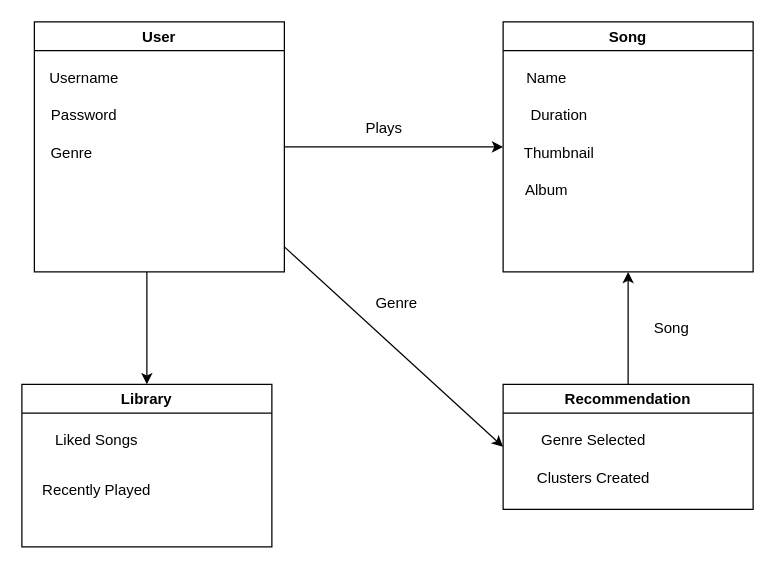
Before: ER Diagram.drawio in nabinkatwal7/music-recommendation, a draw.io diagram. Source tidied: cells renumbered, new cells numbered last; positions are measured from the earlier drawing's top-left corner, leaving out a move shared by most shapes. Both pictures are drawn from the tidied source at 125%, with x=0, y=0 at pixel (21, 21).
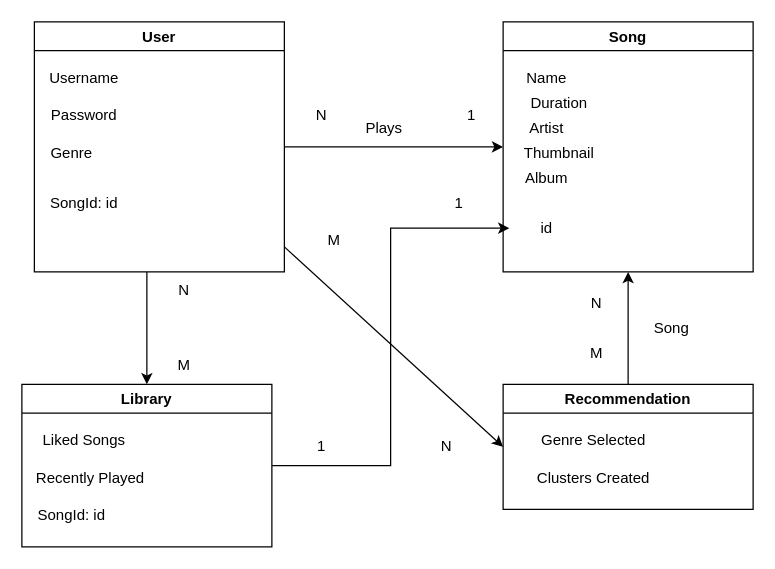
Above is the later version.

Unchanged cells that the change refers to:
```xml
<mxCell id="2" value="User" style="swimlane;" parent="1" vertex="1">
  <mxGeometry x="10" width="200" height="200" as="geometry" />
</mxCell>
<mxCell id="6" value="Song " style="swimlane;" parent="1" vertex="1">
  <mxGeometry x="385" width="200" height="200" as="geometry" />
</mxCell>
<mxCell id="11" value="Library" style="swimlane;startSize=23;" parent="1" vertex="1">
  <mxGeometry y="290" width="200" height="130" as="geometry" />
</mxCell>
```

Change to the diagram source:
```diff
@@
+    <mxCell id="24" value="SongId: id" style="text;html=1;strokeColor=none;fillColor=none;align=center;verticalAlign=middle;whiteSpace=wrap;rounded=0;" parent="2" vertex="1">
+      <mxGeometry x="10" y="130" width="60" height="30" as="geometry" />
+    </mxCell>
@@
     <mxCell id="8" value="Duration" style="text;html=1;strokeColor=none;fillColor=none;align=center;verticalAlign=middle;whiteSpace=wrap;rounded=0;" parent="6" vertex="1">
-      <mxGeometry x="15" y="60" width="60" height="30" as="geometry" />
+      <mxGeometry x="15" y="50" width="60" height="30" as="geometry" />
     </mxCell>
@@
     <mxCell id="10" value="Album" style="text;html=1;strokeColor=none;fillColor=none;align=center;verticalAlign=middle;whiteSpace=wrap;rounded=0;" parent="6" vertex="1">
-      <mxGeometry x="5" y="120" width="60" height="30" as="geometry" />
+      <mxGeometry x="5" y="110" width="60" height="30" as="geometry" />
     </mxCell>
+    <mxCell id="25" value="id" style="text;html=1;strokeColor=none;fillColor=none;align=center;verticalAlign=middle;whiteSpace=wrap;rounded=0;" parent="6" vertex="1">
+      <mxGeometry x="5" y="150" width="60" height="30" as="geometry" />
+    </mxCell>
+    <mxCell id="26" value="Artist" style="text;html=1;strokeColor=none;fillColor=none;align=center;verticalAlign=middle;whiteSpace=wrap;rounded=0;" parent="6" vertex="1">
+      <mxGeometry x="5" y="70" width="60" height="30" as="geometry" />
+    </mxCell>
+    <mxCell id="27" style="edgeStyle=orthogonalEdgeStyle;rounded=0;jettySize=auto;html=1;exitX=1;exitY=0.5;exitDx=0;exitDy=0;entryX=0;entryY=0.5;entryDx=0;entryDy=0;" parent="1" edge="1" source="11" target="25">
+      <mxGeometry relative="1" as="geometry" />
+    </mxCell>
@@
     <mxCell id="12" value="Liked Songs" style="text;html=1;strokeColor=none;fillColor=none;align=center;verticalAlign=middle;whiteSpace=wrap;rounded=0;" parent="11" vertex="1">
-      <mxGeometry x="10" y="30" width="100" height="30" as="geometry" />
+      <mxGeometry y="30" width="100" height="30" as="geometry" />
     </mxCell>
     <mxCell id="13" value="Recently Played" style="text;html=1;strokeColor=none;fillColor=none;align=center;verticalAlign=middle;whiteSpace=wrap;rounded=0;" parent="11" vertex="1">
-      <mxGeometry x="15" y="70" width="90" height="30" as="geometry" />
+      <mxGeometry x="10" y="60" width="90" height="30" as="geometry" />
     </mxCell>
+    <mxCell id="28" value="SongId: id" style="text;html=1;strokeColor=none;fillColor=none;align=center;verticalAlign=middle;whiteSpace=wrap;rounded=0;" parent="11" vertex="1">
+      <mxGeometry x="10" y="90" width="60" height="30" as="geometry" />
+    </mxCell>
@@
-    <mxCell id="22" value="Genre" style="text;html=1;strokeColor=none;fillColor=none;align=center;verticalAlign=middle;whiteSpace=wrap;rounded=0;" parent="1" vertex="1">
-      <mxGeometry x="270" y="210" width="60" height="30" as="geometry" />
-    </mxCell>
@@
+    <mxCell id="29" value="N" style="text;html=1;strokeColor=none;fillColor=none;align=center;verticalAlign=middle;whiteSpace=wrap;rounded=0;" parent="1" vertex="1">
+      <mxGeometry x="110" y="210" width="40" height="10" as="geometry" />
+    </mxCell>
+    <mxCell id="30" value="M" style="text;html=1;strokeColor=none;fillColor=none;align=center;verticalAlign=middle;whiteSpace=wrap;rounded=0;" parent="1" vertex="1">
+      <mxGeometry x="110" y="270" width="40" height="10" as="geometry" />
+    </mxCell>
+    <mxCell id="31" value="1" style="text;html=1;strokeColor=none;fillColor=none;align=center;verticalAlign=middle;whiteSpace=wrap;rounded=0;" parent="1" vertex="1">
+      <mxGeometry x="330" y="60" width="60" height="30" as="geometry" />
+    </mxCell>
+    <mxCell id="32" value="N" style="text;html=1;strokeColor=none;fillColor=none;align=center;verticalAlign=middle;whiteSpace=wrap;rounded=0;" parent="1" vertex="1">
+      <mxGeometry x="210" y="60" width="60" height="30" as="geometry" />
+    </mxCell>
+    <mxCell id="33" value="N" style="text;html=1;strokeColor=none;fillColor=none;align=center;verticalAlign=middle;whiteSpace=wrap;rounded=0;" parent="1" vertex="1">
+      <mxGeometry x="310" y="325" width="60" height="30" as="geometry" />
+    </mxCell>
+    <mxCell id="34" value="M" style="text;html=1;strokeColor=none;fillColor=none;align=center;verticalAlign=middle;whiteSpace=wrap;rounded=0;" parent="1" vertex="1">
+      <mxGeometry x="220" y="160" width="60" height="30" as="geometry" />
+    </mxCell>
+    <mxCell id="35" value="N" style="text;html=1;strokeColor=none;fillColor=none;align=center;verticalAlign=middle;whiteSpace=wrap;rounded=0;" parent="1" vertex="1">
+      <mxGeometry x="430" y="210" width="60" height="30" as="geometry" />
+    </mxCell>
+    <mxCell id="36" value="M" style="text;html=1;strokeColor=none;fillColor=none;align=center;verticalAlign=middle;whiteSpace=wrap;rounded=0;" parent="1" vertex="1">
+      <mxGeometry x="430" y="250" width="60" height="30" as="geometry" />
+    </mxCell>
+    <mxCell id="37" value="1" style="text;html=1;strokeColor=none;fillColor=none;align=center;verticalAlign=middle;whiteSpace=wrap;rounded=0;" parent="1" vertex="1">
+      <mxGeometry x="210" y="325" width="60" height="30" as="geometry" />
+    </mxCell>
+    <mxCell id="38" value="1" style="text;html=1;strokeColor=none;fillColor=none;align=center;verticalAlign=middle;whiteSpace=wrap;rounded=0;" parent="1" vertex="1">
+      <mxGeometry x="320" y="130" width="60" height="30" as="geometry" />
+    </mxCell>
```
